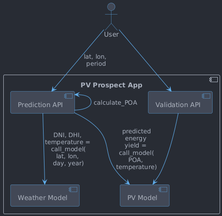
This is doc/app.png from rjferrier/pv-prospect, a PlantUML export, as it was before one commit.
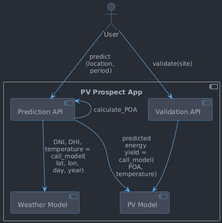
The same file after the commit.

What changed in the source:
```diff
@@ -11,13 +11,13 @@
 
 actor User
 
-User --> PredictionApi : lat, lon, \nperiod
+User --> PredictionApi : predict \n(location, \nperiod)
 
 PredictionApi --> WeatherModel : DNI, DHI, \ntemperature = \ncall_model(\nlat, lon, \nday, year)
 PredictionApi <- PredictionApi : calculate_POA
 PredictionApi --> PvModel : predicted\nenergy \nyield = \ncall_model(\nPOA, \ntemperature)
 
-User --> ValidationApi
+User --> ValidationApi : validate(site)
 ValidationApi --> PvModel
 
 @enduml
```
